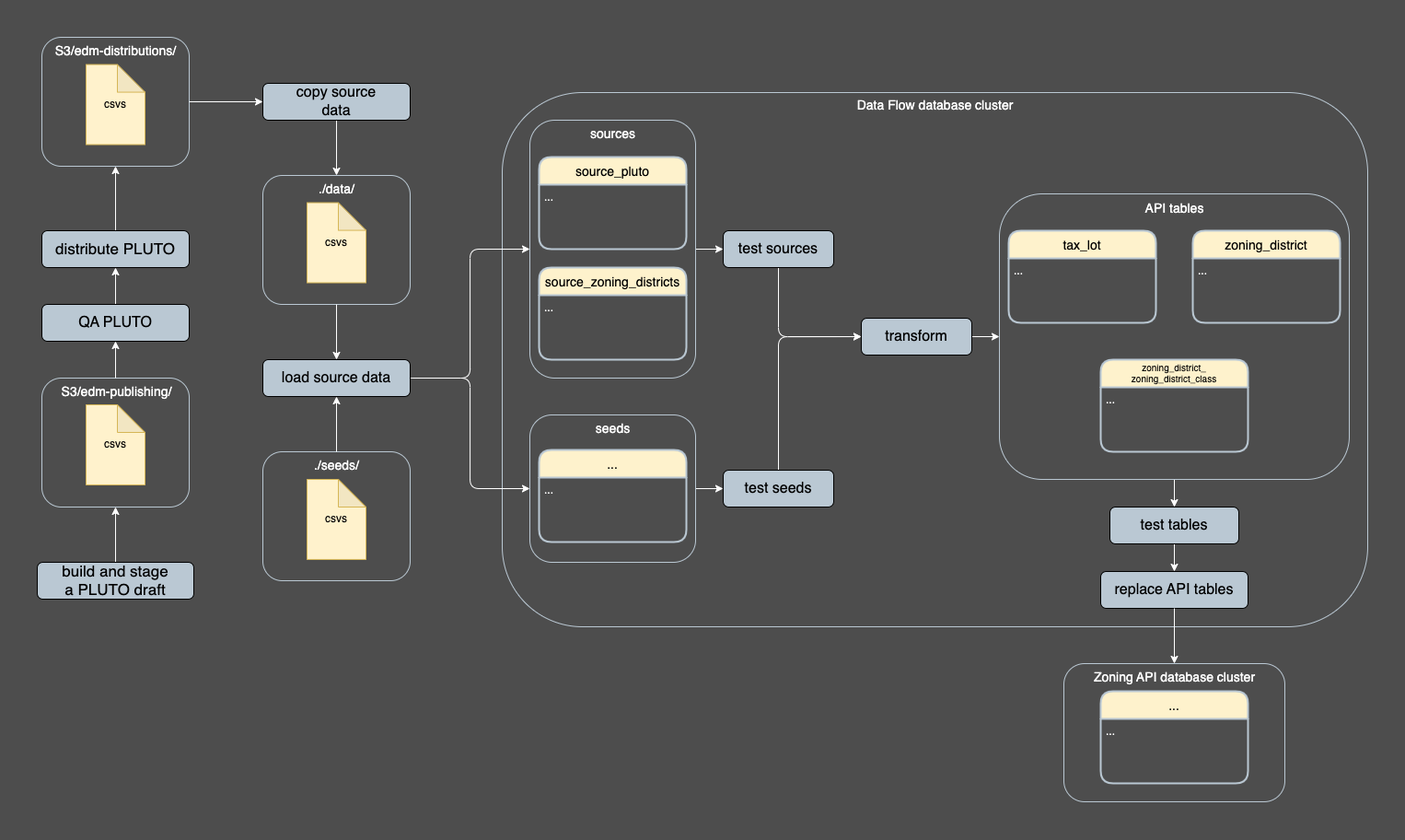
This is diagrams/workflow_zoning_api_update.drawio.png from NYCPlanning/ae-data-flow, a draw.io export, as it was before one commit. Source tidied: cells renumbered, new cells last; positions are measured from the earlier drawing's top-left corner, leaving out a move shared by most shapes.
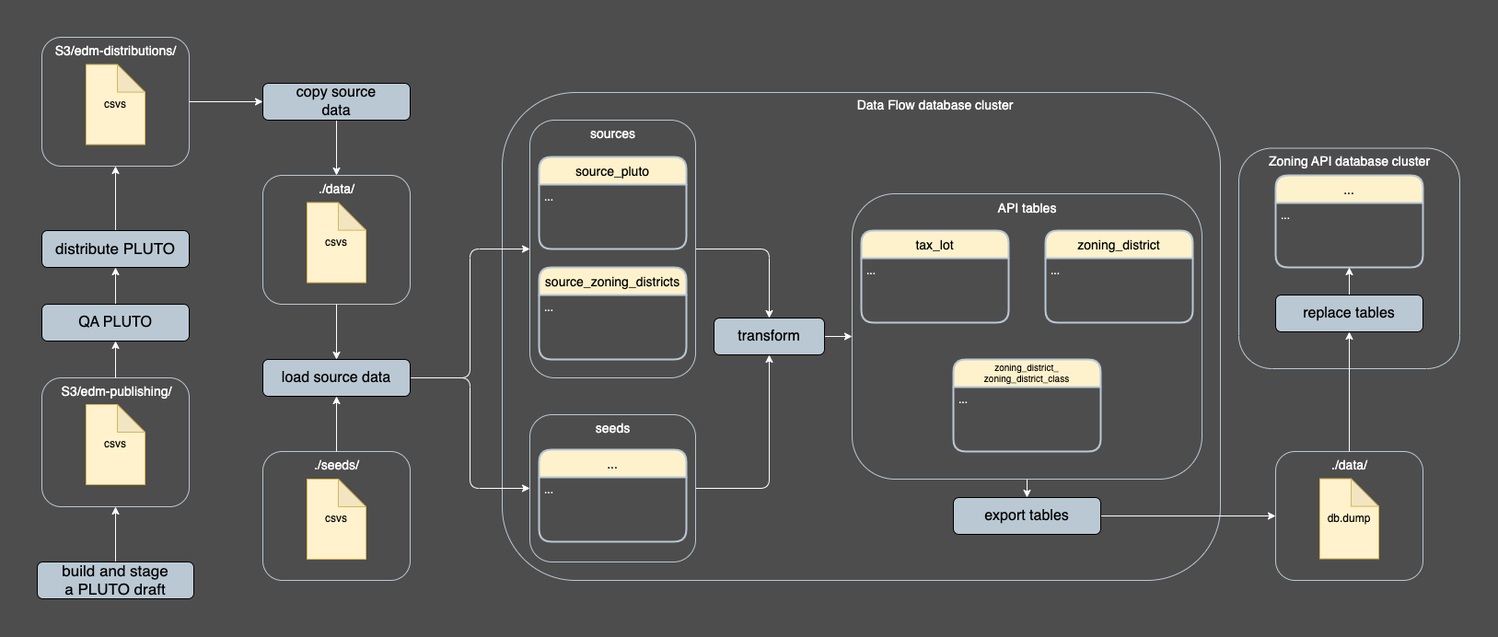
Later version of the same file.

Diff of the diagram source:
```diff
@@ -3,18 +3,18 @@
     <mxCell id="0" />
     <mxCell id="1" parent="0" />
     <mxCell id="2" value="&lt;span style=&quot;font-size: 16px;&quot;&gt;&lt;br&gt;&lt;/span&gt;" style="shape=rect;html=1;rounded=1;whiteSpace=wrap;align=center;fillColor=none;strokeColor=#BAC8D3;fillStyle=hatch;" parent="1" vertex="1">
-      <mxGeometry x="1115" y="680" width="240" height="150" as="geometry" />
+      <mxGeometry x="1305" y="120.5" width="240" height="239.5" as="geometry" />
     </mxCell>
     <mxCell id="3" value="..." style="swimlane;horizontal=1;startSize=30;rounded=1;fontSize=14;fontStyle=0;strokeWidth=2;shadow=0;dashed=0;align=center;labelBackgroundColor=none;labelBorderColor=none;strokeColor=#BAC8D3;fontFamily=Helvetica;fontColor=#000000;fillColor=#fef2cc;" parent="1" vertex="1">
-      <mxGeometry x="1155" y="710" width="160" height="100" as="geometry" />
+      <mxGeometry x="1345" y="150" width="160" height="100" as="geometry" />
     </mxCell>
     <mxCell id="4" value="..." style="align=left;strokeColor=none;fillColor=none;spacingLeft=4;fontSize=12;verticalAlign=top;labelBackgroundColor=none;labelBorderColor=none;fontFamily=Helvetica;fontColor=#FFFFFF;gradientColor=default;" parent="3" vertex="1">
       <mxGeometry y="30" width="160" height="70" as="geometry" />
     </mxCell>
     <mxCell id="5" value="&lt;span style=&quot;font-size: 16px;&quot;&gt;&lt;br&gt;&lt;/span&gt;" style="shape=rect;html=1;rounded=1;whiteSpace=wrap;align=center;fillColor=none;strokeColor=#BAC8D3;fillStyle=hatch;" parent="1" vertex="1">
-      <mxGeometry x="505" y="60" width="940" height="580" as="geometry" />
+      <mxGeometry x="505" y="60" width="780" height="530" as="geometry" />
     </mxCell>
-    <mxCell id="6" style="edgeStyle=orthogonalEdgeStyle;shape=connector;rounded=1;html=1;entryX=0;entryY=0.5;entryDx=0;entryDy=0;labelBackgroundColor=default;strokeColor=#FFFFFF;fontFamily=Helvetica;fontSize=10;fontColor=default;endArrow=classic;" parent="1" edge="1" source="7" target="36">
+    <mxCell id="6" style="edgeStyle=orthogonalEdgeStyle;shape=connector;rounded=1;html=1;entryX=0.5;entryY=1;entryDx=0;entryDy=0;labelBackgroundColor=default;strokeColor=#FFFFFF;fontFamily=Helvetica;fontSize=10;fontColor=default;endArrow=classic;" parent="1" edge="1" source="7" target="30">
       <mxGeometry relative="1" as="geometry" />
     </mxCell>
     <mxCell id="7" style="shape=rect;html=1;rounded=1;whiteSpace=wrap;align=center;fillColor=none;strokeColor=#BAC8D3;fillStyle=hatch;" parent="1" vertex="1">
@@ -22,27 +22,27 @@
     </mxCell>
     <mxCell id="8" style="edgeStyle=none;html=1;entryX=0.5;entryY=0;entryDx=0;entryDy=0;strokeColor=#CCCCCC;startArrow=classic;startFill=1;" parent="1" edge="1">
       <mxGeometry relative="1" as="geometry">
-        <mxPoint x="384" y="400" as="sourcePoint" />
+        <mxPoint x="384" y="340" as="sourcePoint" />
       </mxGeometry>
     </mxCell>
     <mxCell id="9" style="edgeStyle=orthogonalEdgeStyle;shape=connector;rounded=1;html=1;entryX=0;entryY=0.5;entryDx=0;entryDy=0;labelBackgroundColor=default;strokeColor=#CCCCCC;fontFamily=Helvetica;fontSize=11;fontColor=default;startArrow=none;startFill=0;endArrow=classic;" parent="1" edge="1">
       <mxGeometry relative="1" as="geometry">
-        <mxPoint x="484" y="320" as="sourcePoint" />
+        <mxPoint x="484" y="260" as="sourcePoint" />
       </mxGeometry>
     </mxCell>
     <mxCell id="10" style="edgeStyle=orthogonalEdgeStyle;shape=connector;rounded=1;html=1;entryX=0.5;entryY=0;entryDx=0;entryDy=0;labelBackgroundColor=default;strokeColor=#CCCCCC;fontFamily=Helvetica;fontSize=11;fontColor=default;startArrow=classic;startFill=1;endArrow=classic;" parent="1" edge="1">
       <mxGeometry relative="1" as="geometry">
-        <mxPoint x="1025" y="480" as="targetPoint" />
+        <mxPoint x="1025" y="420" as="targetPoint" />
       </mxGeometry>
     </mxCell>
     <mxCell id="11" style="edgeStyle=orthogonalEdgeStyle;shape=connector;rounded=1;html=1;entryX=0;entryY=0.5;entryDx=0;entryDy=0;labelBackgroundColor=default;strokeColor=#CCCCCC;fontFamily=Helvetica;fontSize=11;fontColor=default;startArrow=none;startFill=0;endArrow=classic;" parent="1" edge="1">
       <mxGeometry relative="1" as="geometry">
-        <mxPoint x="805" y="520" as="sourcePoint" />
+        <mxPoint x="805" y="460" as="sourcePoint" />
       </mxGeometry>
     </mxCell>
     <mxCell id="12" style="edgeStyle=orthogonalEdgeStyle;shape=connector;rounded=1;html=1;entryX=0.5;entryY=1;entryDx=0;entryDy=0;labelBackgroundColor=default;strokeColor=#CCCCCC;fontFamily=Helvetica;fontSize=11;fontColor=default;startArrow=none;startFill=0;endArrow=classic;" parent="1" edge="1">
       <mxGeometry relative="1" as="geometry">
-        <mxPoint x="705" y="600" as="targetPoint" />
+        <mxPoint x="705" y="540" as="targetPoint" />
       </mxGeometry>
     </mxCell>
     <mxCell id="13" style="group;" parent="1" vertex="1">
@@ -97,7 +97,7 @@
       <mxGeometry relative="1" as="geometry" />
     </mxCell>
     <mxCell id="30" value="&lt;span style=&quot;font-size: 16px;&quot;&gt;transform&lt;br&gt;&lt;/span&gt;" style="shape=rect;html=1;rounded=1;whiteSpace=wrap;align=center;fillColor=#BAC8D3;" parent="1" vertex="1">
-      <mxGeometry x="895" y="305" width="120" height="40" as="geometry" />
+      <mxGeometry x="735" y="305" width="120" height="40" as="geometry" />
     </mxCell>
     <mxCell id="31" style="group;" parent="1" vertex="1">
       <mxGeometry x="245" y="450" width="160" height="140" as="geometry" />
@@ -111,13 +111,7 @@
     <mxCell id="34" value="csvs" style="shape=note;whiteSpace=wrap;html=1;backgroundOutline=1;darkOpacity=0.05;fillColor=#fff2cc;strokeColor=#d6b656;" parent="31" vertex="1">
       <mxGeometry x="48" y="30" width="64" height="87" as="geometry" />
     </mxCell>
-    <mxCell id="35" style="edgeStyle=orthogonalEdgeStyle;shape=connector;rounded=1;html=1;entryX=0;entryY=0.5;entryDx=0;entryDy=0;labelBackgroundColor=default;strokeColor=#FFFFFF;fontFamily=Helvetica;fontSize=10;fontColor=default;endArrow=classic;exitX=0.5;exitY=0;exitDx=0;exitDy=0;" parent="1" edge="1" source="36" target="30">
-      <mxGeometry relative="1" as="geometry" />
-    </mxCell>
-    <mxCell id="36" value="&lt;span style=&quot;font-size: 16px;&quot;&gt;test seeds&lt;br&gt;&lt;/span&gt;" style="shape=rect;html=1;rounded=1;whiteSpace=wrap;align=center;fillColor=#BAC8D3;" parent="1" vertex="1">
-      <mxGeometry x="745" y="470" width="120" height="40" as="geometry" />
-    </mxCell>
-    <mxCell id="37" style="edgeStyle=orthogonalEdgeStyle;shape=connector;rounded=1;html=1;entryX=0;entryY=0.5;entryDx=0;entryDy=0;labelBackgroundColor=default;strokeColor=#FFFFFF;fontFamily=Helvetica;fontSize=10;fontColor=default;endArrow=classic;" parent="1" edge="1" source="38" target="48">
+    <mxCell id="37" style="edgeStyle=orthogonalEdgeStyle;shape=connector;rounded=1;html=1;entryX=0.5;entryY=0;entryDx=0;entryDy=0;labelBackgroundColor=default;strokeColor=#FFFFFF;fontFamily=Helvetica;fontSize=10;fontColor=default;endArrow=classic;" parent="1" edge="1" source="38" target="30">
       <mxGeometry relative="1" as="geometry" />
     </mxCell>
     <mxCell id="38" style="shape=rect;html=1;rounded=1;whiteSpace=wrap;align=center;fillColor=none;strokeColor=#BAC8D3;fillStyle=hatch;" parent="1" vertex="1">
@@ -147,54 +141,6 @@
     <mxCell id="46" value="..." style="align=left;strokeColor=none;fillColor=none;spacingLeft=4;fontSize=12;verticalAlign=top;labelBackgroundColor=none;labelBorderColor=none;fontFamily=Helvetica;fontColor=#FFFFFF;gradientColor=default;" parent="45" vertex="1">
       <mxGeometry y="30" width="160" height="70" as="geometry" />
     </mxCell>
-    <mxCell id="47" style="edgeStyle=orthogonalEdgeStyle;shape=connector;rounded=1;html=1;labelBackgroundColor=default;strokeColor=#FFFFFF;fontFamily=Helvetica;fontSize=10;fontColor=default;endArrow=classic;exitX=0.5;exitY=1;exitDx=0;exitDy=0;entryX=0;entryY=0.5;entryDx=0;entryDy=0;" parent="1" edge="1" source="48" target="30">
-      <mxGeometry relative="1" as="geometry" />
-    </mxCell>
-    <mxCell id="48" value="&lt;span style=&quot;font-size: 16px;&quot;&gt;test sources&lt;br&gt;&lt;/span&gt;" style="shape=rect;html=1;rounded=1;whiteSpace=wrap;align=center;fillColor=#BAC8D3;" parent="1" vertex="1">
-      <mxGeometry x="745" y="210" width="120" height="40" as="geometry" />
-    </mxCell>
-    <mxCell id="49" style="group;" parent="1" vertex="1">
-      <mxGeometry x="1045" y="170" width="380" height="450" as="geometry" />
-    </mxCell>
-    <mxCell id="50" style="group;" parent="49" vertex="1">
-      <mxGeometry width="380" height="450" as="geometry" />
-    </mxCell>
-    <mxCell id="51" style="edgeStyle=orthogonalEdgeStyle;shape=connector;rounded=1;html=1;entryX=0.5;entryY=0;entryDx=0;entryDy=0;labelBackgroundColor=default;strokeColor=#FFFFFF;fontFamily=Helvetica;fontSize=10;fontColor=default;endArrow=classic;" parent="50" edge="1" source="52" target="61">
-      <mxGeometry relative="1" as="geometry" />
-    </mxCell>
-    <mxCell id="52" style="shape=rect;html=1;rounded=1;whiteSpace=wrap;align=center;fillColor=none;strokeColor=#BAC8D3;fillStyle=hatch;" parent="50" vertex="1">
-      <mxGeometry width="380" height="310" as="geometry" />
-    </mxCell>
-    <mxCell id="53" value="API tables" style="text;html=1;align=center;verticalAlign=middle;strokeColor=none;fillColor=none;labelBackgroundColor=none;fontSize=14;labelBorderColor=none;fontColor=#FFFFFF;" parent="50" vertex="1">
-      <mxGeometry x="149" y="1" width="82" height="29" as="geometry" />
-    </mxCell>
-    <mxCell id="54" value="tax_lot" style="swimlane;horizontal=1;startSize=30;rounded=1;fontSize=14;fontStyle=0;strokeWidth=2;shadow=0;dashed=0;align=center;labelBackgroundColor=none;labelBorderColor=none;strokeColor=#BAC8D3;fontFamily=Helvetica;fontColor=#000000;fillColor=#fef2cc;" parent="50" vertex="1">
-      <mxGeometry x="10" y="40" width="160" height="100" as="geometry" />
-    </mxCell>
-    <mxCell id="55" value="..." style="align=left;strokeColor=none;fillColor=none;spacingLeft=4;fontSize=12;verticalAlign=top;labelBackgroundColor=none;labelBorderColor=none;fontFamily=Helvetica;fontColor=#FFFFFF;gradientColor=default;" parent="54" vertex="1">
-      <mxGeometry y="30" width="160" height="70" as="geometry" />
-    </mxCell>
-    <mxCell id="56" value="zoning_district" style="swimlane;horizontal=1;startSize=30;rounded=1;fontSize=14;fontStyle=0;strokeWidth=2;shadow=0;dashed=0;align=center;labelBackgroundColor=none;labelBorderColor=none;strokeColor=#BAC8D3;fontFamily=Helvetica;fontColor=#000000;fillColor=#fef2cc;" parent="50" vertex="1">
-      <mxGeometry x="210" y="40" width="160" height="100" as="geometry" />
-    </mxCell>
-    <mxCell id="57" value="..." style="align=left;strokeColor=none;fillColor=none;spacingLeft=4;fontSize=12;verticalAlign=top;labelBackgroundColor=none;labelBorderColor=none;fontFamily=Helvetica;fontColor=#FFFFFF;gradientColor=default;" parent="56" vertex="1">
-      <mxGeometry y="30" width="160" height="70" as="geometry" />
-    </mxCell>
-    <mxCell id="58" value="zoning_district_&#10;zoning_district_class" style="swimlane;horizontal=1;startSize=30;rounded=1;fontSize=10;fontStyle=0;strokeWidth=2;shadow=0;dashed=0;align=center;labelBackgroundColor=none;labelBorderColor=none;strokeColor=#BAC8D3;fontFamily=Helvetica;fontColor=#000000;fillColor=#fef2cc;" parent="50" vertex="1">
-      <mxGeometry x="110" y="180" width="160" height="100" as="geometry" />
-    </mxCell>
-    <mxCell id="59" value="..." style="align=left;strokeColor=none;fillColor=none;spacingLeft=4;fontSize=12;verticalAlign=top;labelBackgroundColor=none;labelBorderColor=none;fontFamily=Helvetica;fontColor=#FFFFFF;gradientColor=default;" parent="58" vertex="1">
-      <mxGeometry y="30" width="160" height="70" as="geometry" />
-    </mxCell>
-    <mxCell id="60" style="edgeStyle=orthogonalEdgeStyle;shape=connector;rounded=1;html=1;entryX=0.5;entryY=0;entryDx=0;entryDy=0;labelBackgroundColor=default;strokeColor=#FFFFFF;fontFamily=Helvetica;fontSize=10;fontColor=default;endArrow=classic;" parent="50" edge="1" source="61" target="62">
-      <mxGeometry relative="1" as="geometry" />
-    </mxCell>
-    <mxCell id="61" value="&lt;span style=&quot;font-size: 16px;&quot;&gt;test tables&lt;br&gt;&lt;/span&gt;" style="shape=rect;html=1;rounded=1;whiteSpace=wrap;align=center;fillColor=#BAC8D3;" parent="50" vertex="1">
-      <mxGeometry x="120" y="340" width="140" height="40" as="geometry" />
-    </mxCell>
-    <mxCell id="62" value="&lt;span style=&quot;font-size: 16px;&quot;&gt;replace API tables&lt;br&gt;&lt;/span&gt;" style="shape=rect;html=1;rounded=1;whiteSpace=wrap;align=center;fillColor=#BAC8D3;" parent="50" vertex="1">
-      <mxGeometry x="110" y="410" width="160" height="40" as="geometry" />
-    </mxCell>
     <mxCell id="63" style="edgeStyle=orthogonalEdgeStyle;shape=connector;rounded=1;html=1;entryX=0.5;entryY=1;entryDx=0;entryDy=0;labelBackgroundColor=default;strokeColor=#FFFFFF;fontFamily=Helvetica;fontSize=10;fontColor=default;endArrow=classic;" parent="1" edge="1" source="64" target="18">
       <mxGeometry relative="1" as="geometry" />
     </mxCell>
@@ -231,11 +177,62 @@
     <mxCell id="74" style="edgeStyle=orthogonalEdgeStyle;shape=connector;rounded=1;html=1;entryX=0.5;entryY=1;entryDx=0;entryDy=0;labelBackgroundColor=default;strokeColor=#FFFFFF;fontFamily=Helvetica;fontSize=10;fontColor=default;endArrow=classic;" parent="1" edge="1" source="18" target="66">
       <mxGeometry relative="1" as="geometry" />
     </mxCell>
-    <mxCell id="75" style="edgeStyle=orthogonalEdgeStyle;shape=connector;rounded=1;html=1;entryX=0.5;entryY=0;entryDx=0;entryDy=0;labelBackgroundColor=default;strokeColor=#FFFFFF;fontFamily=Helvetica;fontSize=10;fontColor=default;endArrow=classic;" parent="1" edge="1" source="62" target="2">
-      <mxGeometry relative="1" as="geometry" />
-    </mxCell>
     <mxCell id="76" value="Zoning API database cluster" style="text;html=1;align=center;verticalAlign=middle;strokeColor=none;fillColor=none;labelBackgroundColor=none;fontSize=14;labelBorderColor=none;fontColor=#FFFFFF;" parent="1" vertex="1">
-      <mxGeometry x="1135" y="680" width="200" height="30" as="geometry" />
+      <mxGeometry x="1325" y="120" width="200" height="30" as="geometry" />
     </mxCell>
+    <mxCell id="77" style="edgeStyle=orthogonalEdgeStyle;shape=connector;rounded=1;html=1;labelBackgroundColor=default;strokeColor=#FFFFFF;fontFamily=Helvetica;fontSize=10;fontColor=default;endArrow=classic;" parent="1" edge="1" source="62" target="82">
+      <mxGeometry relative="1" as="geometry" />
+    </mxCell>
+    <mxCell id="62" value="&lt;span style=&quot;font-size: 16px;&quot;&gt;export tables&lt;br&gt;&lt;/span&gt;" style="shape=rect;html=1;rounded=1;whiteSpace=wrap;align=center;fillColor=#BAC8D3;" parent="1" vertex="1">
+      <mxGeometry x="995" y="500" width="160" height="40" as="geometry" />
+    </mxCell>
+    <mxCell id="78" style="edgeStyle=orthogonalEdgeStyle;shape=connector;rounded=1;html=1;exitX=0.5;exitY=1;exitDx=0;exitDy=0;labelBackgroundColor=default;strokeColor=#FFFFFF;fontFamily=Helvetica;fontSize=10;fontColor=default;endArrow=classic;" parent="1" edge="1" source="52" target="62">
+      <mxGeometry relative="1" as="geometry" />
+    </mxCell>
+    <mxCell id="52" style="shape=rect;html=1;rounded=1;whiteSpace=wrap;align=center;fillColor=none;strokeColor=#BAC8D3;fillStyle=hatch;" parent="1" vertex="1">
+      <mxGeometry x="885" y="170" width="380" height="310" as="geometry" />
+    </mxCell>
+    <mxCell id="53" value="API tables" style="text;html=1;align=center;verticalAlign=middle;strokeColor=none;fillColor=none;labelBackgroundColor=none;fontSize=14;labelBorderColor=none;fontColor=#FFFFFF;" parent="1" vertex="1">
+      <mxGeometry x="1034" y="171" width="82" height="29" as="geometry" />
+    </mxCell>
+    <mxCell id="54" value="tax_lot" style="swimlane;horizontal=1;startSize=30;rounded=1;fontSize=14;fontStyle=0;strokeWidth=2;shadow=0;dashed=0;align=center;labelBackgroundColor=none;labelBorderColor=none;strokeColor=#BAC8D3;fontFamily=Helvetica;fontColor=#000000;fillColor=#fef2cc;" parent="1" vertex="1">
+      <mxGeometry x="895" y="210" width="160" height="100" as="geometry" />
+    </mxCell>
+    <mxCell id="55" value="..." style="align=left;strokeColor=none;fillColor=none;spacingLeft=4;fontSize=12;verticalAlign=top;labelBackgroundColor=none;labelBorderColor=none;fontFamily=Helvetica;fontColor=#FFFFFF;gradientColor=default;" parent="54" vertex="1">
+      <mxGeometry y="30" width="160" height="70" as="geometry" />
+    </mxCell>
+    <mxCell id="56" value="zoning_district" style="swimlane;horizontal=1;startSize=30;rounded=1;fontSize=14;fontStyle=0;strokeWidth=2;shadow=0;dashed=0;align=center;labelBackgroundColor=none;labelBorderColor=none;strokeColor=#BAC8D3;fontFamily=Helvetica;fontColor=#000000;fillColor=#fef2cc;" parent="1" vertex="1">
+      <mxGeometry x="1095" y="210" width="160" height="100" as="geometry" />
+    </mxCell>
+    <mxCell id="57" value="..." style="align=left;strokeColor=none;fillColor=none;spacingLeft=4;fontSize=12;verticalAlign=top;labelBackgroundColor=none;labelBorderColor=none;fontFamily=Helvetica;fontColor=#FFFFFF;gradientColor=default;" parent="56" vertex="1">
+      <mxGeometry y="30" width="160" height="70" as="geometry" />
+    </mxCell>
+    <mxCell id="58" value="zoning_district_&#10;zoning_district_class" style="swimlane;horizontal=1;startSize=30;rounded=1;fontSize=10;fontStyle=0;strokeWidth=2;shadow=0;dashed=0;align=center;labelBackgroundColor=none;labelBorderColor=none;strokeColor=#BAC8D3;fontFamily=Helvetica;fontColor=#000000;fillColor=#fef2cc;" parent="1" vertex="1">
+      <mxGeometry x="995" y="350" width="160" height="100" as="geometry" />
+    </mxCell>
+    <mxCell id="59" value="..." style="align=left;strokeColor=none;fillColor=none;spacingLeft=4;fontSize=12;verticalAlign=top;labelBackgroundColor=none;labelBorderColor=none;fontFamily=Helvetica;fontColor=#FFFFFF;gradientColor=default;" parent="58" vertex="1">
+      <mxGeometry y="30" width="160" height="70" as="geometry" />
+    </mxCell>
+    <mxCell id="79" style="edgeStyle=orthogonalEdgeStyle;shape=connector;rounded=1;html=1;entryX=0.5;entryY=1;entryDx=0;entryDy=0;labelBackgroundColor=default;strokeColor=#FFFFFF;fontFamily=Helvetica;fontSize=10;fontColor=default;endArrow=classic;" parent="1" edge="1" source="80" target="3">
+      <mxGeometry relative="1" as="geometry" />
+    </mxCell>
+    <mxCell id="80" value="&lt;span style=&quot;font-size: 16px;&quot;&gt;replace tables&lt;br&gt;&lt;/span&gt;" style="shape=rect;html=1;rounded=1;whiteSpace=wrap;align=center;fillColor=#BAC8D3;" parent="1" vertex="1">
+      <mxGeometry x="1345" y="280" width="160" height="40" as="geometry" />
+    </mxCell>
+    <mxCell id="81" style="group;" parent="1" vertex="1">
+      <mxGeometry x="1345" y="450" width="160" height="140" as="geometry" />
+    </mxCell>
+    <mxCell id="82" value="&lt;span style=&quot;font-size: 16px;&quot;&gt;&lt;br&gt;&lt;/span&gt;" style="shape=rect;html=1;rounded=1;whiteSpace=wrap;align=center;fillColor=none;strokeColor=#BAC8D3;fillStyle=hatch;" parent="81" vertex="1">
+      <mxGeometry width="160" height="140" as="geometry" />
+    </mxCell>
+    <mxCell id="83" value="./data/" style="text;html=1;align=center;verticalAlign=middle;strokeColor=none;fillColor=none;labelBackgroundColor=none;fontSize=14;labelBorderColor=none;fontColor=#FFFFFF;" parent="81" vertex="1">
+      <mxGeometry x="51.5" y="0.6" width="57" height="29" as="geometry" />
+    </mxCell>
+    <mxCell id="84" value="db.dump" style="shape=note;whiteSpace=wrap;html=1;backgroundOutline=1;darkOpacity=0.05;fillColor=#fff2cc;strokeColor=#d6b656;" parent="81" vertex="1">
+      <mxGeometry x="48" y="29.6" width="64" height="87" as="geometry" />
+    </mxCell>
+    <mxCell id="85" style="edgeStyle=orthogonalEdgeStyle;shape=connector;rounded=1;html=1;entryX=0.5;entryY=1;entryDx=0;entryDy=0;labelBackgroundColor=default;strokeColor=#FFFFFF;fontFamily=Helvetica;fontSize=10;fontColor=default;endArrow=classic;" parent="1" edge="1" source="82" target="80">
+      <mxGeometry relative="1" as="geometry" />
+    </mxCell>
   </root>
 </mxGraphModel>
```
